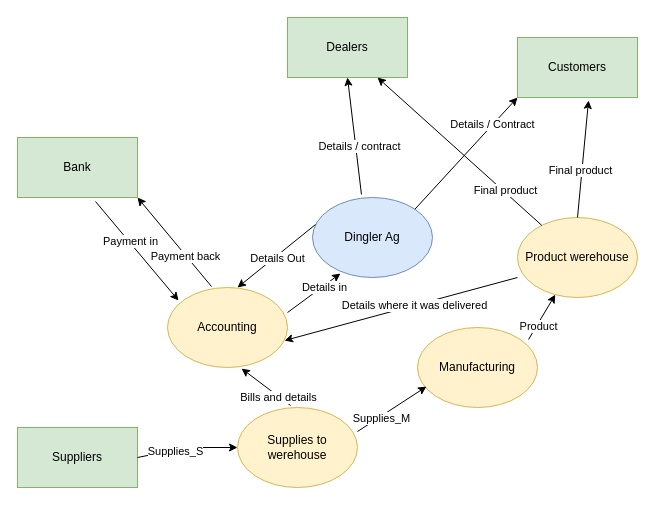
Above: Untitled Diagram.drawio in combatants7/Win (draw.io), before the change. Source tidied: cells renumbered, new cells numbered last; positions are measured from the earlier drawing's top-left corner, leaving out a move shared by most shapes. Both pictures are drawn from the tidied source at 100%, with x=0, y=0 at pixel (17, 17).
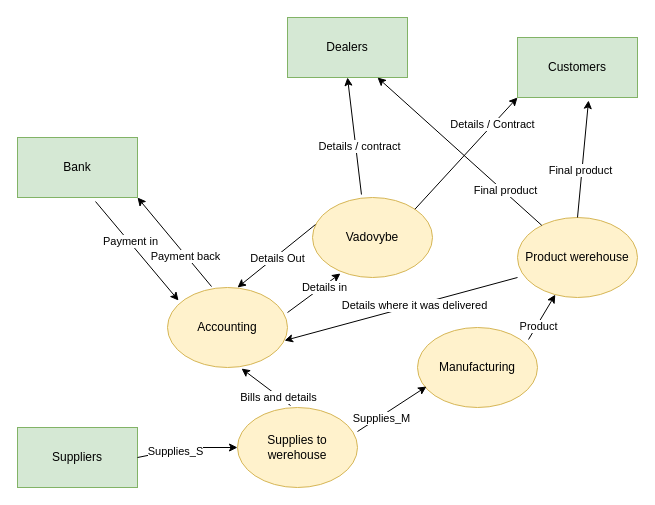
After the change.

Diff of the diagram source:
```diff
@@
-    <mxCell id="2" value="Dingler Ag" style="ellipse;whiteSpace=wrap;html=1;fillColor=#dae8fc;strokeColor=#6c8ebf;" parent="1" vertex="1">
+    <mxCell id="2" value="Vadovybe" style="ellipse;whiteSpace=wrap;html=1;fillColor=#fff2cc;strokeColor=#d6b656;" parent="1" vertex="1">
       <mxGeometry x="295" y="180" width="120" height="80" as="geometry" />
     </mxCell>
```
